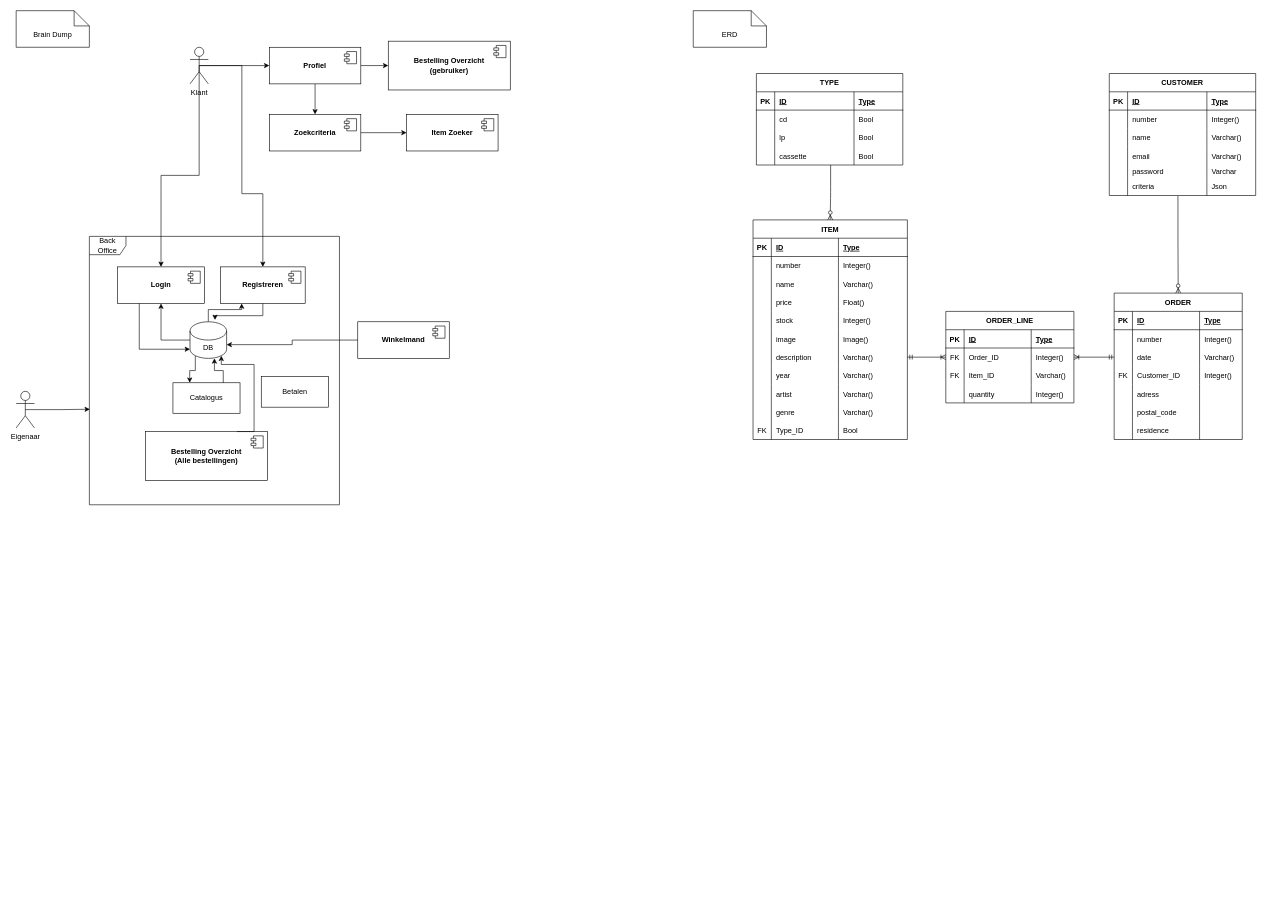
Before: documents/RTR-ERD-Entity_Relationship-JD-V1.4.drawio in Reillum/educom-webshop-runtime-records-1739178221, a draw.io diagram. Source tidied: cells renumbered, new cells numbered last; positions are measured from the earlier drawing's top-left corner, leaving out a move shared by most shapes. Both pictures are drawn from the tidied source at 61%, with x=0, y=0 at pixel (16, 10).
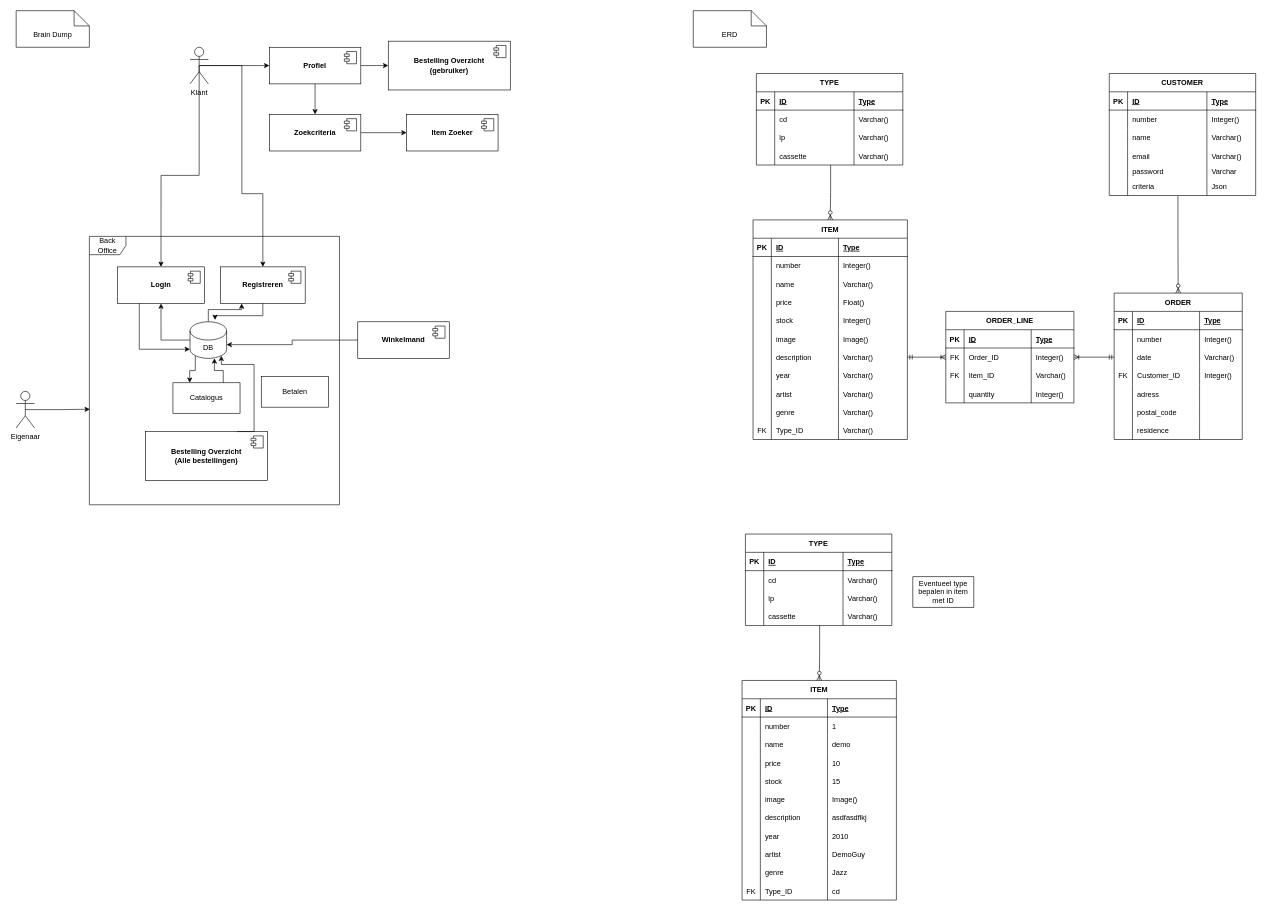
After the change.

Commit message (it also covers changes not shown here):
Work in progress. Updated ERD, Type uses varchar instead of bools. Seperated flowcharts from ASD's.

The change refers to these unchanged cells:
```xml
<mxCell id="80" style="shape=tableRow;horizontal=0;startSize=0;swimlaneHead=0;swimlaneBody=0;fillColor=none;top=0;left=0;right=0;bottom=0;" parent="39" vertex="1">
  <mxGeometry y="330" width="253" height="30" as="geometry" />
</mxCell>
<mxCell id="164" style="shape=tableRow;horizontal=0;startSize=0;swimlaneHead=0;swimlaneBody=0;fillColor=none;top=0;left=0;right=0;bottom=0;" parent="159" vertex="1">
  <mxGeometry y="60" width="240" height="30" as="geometry" />
</mxCell>
<mxCell id="168" style="shape=tableRow;horizontal=0;startSize=0;swimlaneHead=0;swimlaneBody=0;fillColor=none;top=0;left=0;right=0;bottom=0;" parent="159" vertex="1">
  <mxGeometry y="90" width="240" height="30" as="geometry" />
</mxCell>
<mxCell id="172" style="shape=tableRow;horizontal=0;startSize=0;swimlaneHead=0;swimlaneBody=0;fillColor=none;points=[[0,0.5],[1,0.5]];portConstraint=eastwest;top=0;left=0;right=0;bottom=0;" parent="159" vertex="1">
  <mxGeometry y="120" width="240" height="30" as="geometry" />
</mxCell>
```

Diff of the diagram source:
```diff
@@
-    <mxCell id="83" value="Bool" style="shape=partialRectangle;fillColor=none;top=0;left=0;bottom=0;right=0;align=left;spacingLeft=6;overflow=hidden;" parent="80" vertex="1">
+    <mxCell id="83" value="Varchar()" style="shape=partialRectangle;fillColor=none;top=0;left=0;bottom=0;right=0;align=left;spacingLeft=6;overflow=hidden;" parent="80" vertex="1">
       <mxGeometry x="140" width="113" height="30" as="geometry" />
     </mxCell>
@@
-    <mxCell id="167" value="Bool" style="shape=partialRectangle;fillColor=none;top=0;left=0;bottom=0;right=0;align=left;spacingLeft=6;overflow=hidden;" parent="164" vertex="1">
+    <mxCell id="167" value="Varchar()" style="shape=partialRectangle;fillColor=none;top=0;left=0;bottom=0;right=0;align=left;spacingLeft=6;overflow=hidden;" parent="164" vertex="1">
       <mxGeometry x="160" width="80" height="30" as="geometry" />
     </mxCell>
@@
-    <mxCell id="171" value="Bool" style="shape=partialRectangle;fillColor=none;top=0;left=0;bottom=0;right=0;align=left;spacingLeft=6;overflow=hidden;" parent="168" vertex="1">
+    <mxCell id="171" value="Varchar()" style="shape=partialRectangle;fillColor=none;top=0;left=0;bottom=0;right=0;align=left;spacingLeft=6;overflow=hidden;" parent="168" vertex="1">
       <mxGeometry x="160" width="80" height="30" as="geometry" />
     </mxCell>
@@
-    <mxCell id="175" value="Bool" style="shape=partialRectangle;fillColor=none;top=0;left=0;bottom=0;right=0;align=left;spacingLeft=6;overflow=hidden;" parent="172" vertex="1">
+    <mxCell id="175" value="Varchar()" style="shape=partialRectangle;fillColor=none;top=0;left=0;bottom=0;right=0;align=left;spacingLeft=6;overflow=hidden;" parent="172" vertex="1">
       <mxGeometry x="160" width="80" height="30" as="geometry" />
     </mxCell>
@@
+    <mxCell id="178" value="ITEM" style="shape=table;startSize=30;childLayout=tableLayout;rowLines=0;fontStyle=1;align=center;" parent="1" vertex="1">
+      <mxGeometry x="1190" y="1098" width="253" height="360" as="geometry" />
+    </mxCell>
+    <mxCell id="179" style="shape=tableRow;horizontal=0;startSize=0;swimlaneHead=0;swimlaneBody=0;fillColor=none;top=0;left=0;right=0;bottom=1;" parent="178" vertex="1">
+      <mxGeometry y="30" width="253" height="30" as="geometry" />
+    </mxCell>
+    <mxCell id="180" value="PK" style="shape=partialRectangle;fillColor=none;top=0;left=0;bottom=0;right=0;fontStyle=1;overflow=hidden;" parent="179" vertex="1">
+      <mxGeometry width="30" height="30" as="geometry" />
+    </mxCell>
+    <mxCell id="181" value="ID" style="shape=partialRectangle;fillColor=none;top=0;left=0;bottom=0;right=0;align=left;spacingLeft=6;fontStyle=5;overflow=hidden;" parent="179" vertex="1">
+      <mxGeometry x="30" width="110" height="30" as="geometry" />
+    </mxCell>
+    <mxCell id="182" value="Type" style="shape=partialRectangle;fillColor=none;top=0;left=0;bottom=0;right=0;align=left;spacingLeft=6;fontStyle=5;overflow=hidden;" parent="179" vertex="1">
+      <mxGeometry x="140" width="113" height="30" as="geometry" />
+    </mxCell>
+    <mxCell id="183" style="shape=tableRow;horizontal=0;startSize=0;swimlaneHead=0;swimlaneBody=0;fillColor=none;top=0;left=0;right=0;bottom=0;" parent="178" vertex="1">
+      <mxGeometry y="60" width="253" height="30" as="geometry" />
+    </mxCell>
+    <mxCell id="184" style="shape=partialRectangle;fillColor=none;top=0;left=0;bottom=0;right=0;overflow=hidden;" parent="183" vertex="1">
+      <mxGeometry width="30" height="30" as="geometry" />
+    </mxCell>
+    <mxCell id="185" value="number" style="shape=partialRectangle;fillColor=none;top=0;left=0;bottom=0;right=0;align=left;spacingLeft=6;overflow=hidden;" parent="183" vertex="1">
+      <mxGeometry x="30" width="110" height="30" as="geometry" />
+    </mxCell>
+    <mxCell id="186" value="1" style="shape=partialRectangle;fillColor=none;top=0;left=0;bottom=0;right=0;align=left;spacingLeft=6;overflow=hidden;" parent="183" vertex="1">
+      <mxGeometry x="140" width="113" height="30" as="geometry" />
+    </mxCell>
+    <mxCell id="187" style="shape=tableRow;horizontal=0;startSize=0;swimlaneHead=0;swimlaneBody=0;fillColor=none;top=0;left=0;right=0;bottom=0;" parent="178" vertex="1">
+      <mxGeometry y="90" width="253" height="30" as="geometry" />
+    </mxCell>
+    <mxCell id="188" style="shape=partialRectangle;fillColor=none;top=0;left=0;bottom=0;right=0;overflow=hidden;" parent="187" vertex="1">
+      <mxGeometry width="30" height="30" as="geometry" />
+    </mxCell>
+    <mxCell id="189" value="name" style="shape=partialRectangle;fillColor=none;top=0;left=0;bottom=0;right=0;align=left;spacingLeft=6;overflow=hidden;" parent="187" vertex="1">
+      <mxGeometry x="30" width="110" height="30" as="geometry" />
+    </mxCell>
+    <mxCell id="190" value="demo" style="shape=partialRectangle;fillColor=none;top=0;left=0;bottom=0;right=0;align=left;spacingLeft=6;overflow=hidden;" parent="187" vertex="1">
+      <mxGeometry x="140" width="113" height="30" as="geometry" />
+    </mxCell>
+    <mxCell id="191" style="shape=tableRow;horizontal=0;startSize=0;swimlaneHead=0;swimlaneBody=0;fillColor=none;top=0;left=0;right=0;bottom=0;" parent="178" vertex="1">
+      <mxGeometry y="120" width="253" height="30" as="geometry" />
+    </mxCell>
+    <mxCell id="192" style="shape=partialRectangle;fillColor=none;top=0;left=0;bottom=0;right=0;overflow=hidden;" parent="191" vertex="1">
+      <mxGeometry width="30" height="30" as="geometry" />
+    </mxCell>
+    <mxCell id="193" value="price" style="shape=partialRectangle;fillColor=none;top=0;left=0;bottom=0;right=0;align=left;spacingLeft=6;overflow=hidden;" parent="191" vertex="1">
+      <mxGeometry x="30" width="110" height="30" as="geometry" />
+    </mxCell>
+    <mxCell id="194" value="10" style="shape=partialRectangle;fillColor=none;top=0;left=0;bottom=0;right=0;align=left;spacingLeft=6;overflow=hidden;" parent="191" vertex="1">
+      <mxGeometry x="140" width="113" height="30" as="geometry" />
+    </mxCell>
+    <mxCell id="195" style="shape=tableRow;horizontal=0;startSize=0;swimlaneHead=0;swimlaneBody=0;fillColor=none;top=0;left=0;right=0;bottom=0;" parent="178" vertex="1">
+      <mxGeometry y="150" width="253" height="30" as="geometry" />
+    </mxCell>
+    <mxCell id="196" style="shape=partialRectangle;fillColor=none;top=0;left=0;bottom=0;right=0;overflow=hidden;" parent="195" vertex="1">
+      <mxGeometry width="30" height="30" as="geometry" />
+    </mxCell>
+    <mxCell id="197" value="stock" style="shape=partialRectangle;fillColor=none;top=0;left=0;bottom=0;right=0;align=left;spacingLeft=6;overflow=hidden;" parent="195" vertex="1">
+      <mxGeometry x="30" width="110" height="30" as="geometry" />
+    </mxCell>
+    <mxCell id="198" value="15" style="shape=partialRectangle;fillColor=none;top=0;left=0;bottom=0;right=0;align=left;spacingLeft=6;overflow=hidden;" parent="195" vertex="1">
+      <mxGeometry x="140" width="113" height="30" as="geometry" />
+    </mxCell>
+    <mxCell id="199" style="shape=tableRow;horizontal=0;startSize=0;swimlaneHead=0;swimlaneBody=0;fillColor=none;top=0;left=0;right=0;bottom=0;" parent="178" vertex="1">
+      <mxGeometry y="180" width="253" height="30" as="geometry" />
+    </mxCell>
+    <mxCell id="200" style="shape=partialRectangle;fillColor=none;top=0;left=0;bottom=0;right=0;overflow=hidden;" parent="199" vertex="1">
+      <mxGeometry width="30" height="30" as="geometry" />
+    </mxCell>
+    <mxCell id="201" value="image" style="shape=partialRectangle;fillColor=none;top=0;left=0;bottom=0;right=0;align=left;spacingLeft=6;overflow=hidden;" parent="199" vertex="1">
+      <mxGeometry x="30" width="110" height="30" as="geometry" />
+    </mxCell>
+    <mxCell id="202" value="Image()" style="shape=partialRectangle;fillColor=none;top=0;left=0;bottom=0;right=0;align=left;spacingLeft=6;overflow=hidden;" parent="199" vertex="1">
+      <mxGeometry x="140" width="113" height="30" as="geometry" />
+    </mxCell>
+    <mxCell id="203" style="shape=tableRow;horizontal=0;startSize=0;swimlaneHead=0;swimlaneBody=0;fillColor=none;top=0;left=0;right=0;bottom=0;" parent="178" vertex="1">
+      <mxGeometry y="210" width="253" height="30" as="geometry" />
+    </mxCell>
+    <mxCell id="204" style="shape=partialRectangle;fillColor=none;top=0;left=0;bottom=0;right=0;overflow=hidden;" parent="203" vertex="1">
+      <mxGeometry width="30" height="30" as="geometry" />
+    </mxCell>
+    <mxCell id="205" value="description" style="shape=partialRectangle;fillColor=none;top=0;left=0;bottom=0;right=0;align=left;spacingLeft=6;overflow=hidden;" parent="203" vertex="1">
+      <mxGeometry x="30" width="110" height="30" as="geometry" />
+    </mxCell>
+    <mxCell id="206" value="asdfasdflkj" style="shape=partialRectangle;fillColor=none;top=0;left=0;bottom=0;right=0;align=left;spacingLeft=6;overflow=hidden;" parent="203" vertex="1">
+      <mxGeometry x="140" width="113" height="30" as="geometry" />
+    </mxCell>
+    <mxCell id="207" style="shape=tableRow;horizontal=0;startSize=0;swimlaneHead=0;swimlaneBody=0;fillColor=none;top=0;left=0;right=0;bottom=0;" parent="178" vertex="1">
+      <mxGeometry y="240" width="253" height="30" as="geometry" />
+    </mxCell>
+    <mxCell id="208" style="shape=partialRectangle;fillColor=none;top=0;left=0;bottom=0;right=0;overflow=hidden;" parent="207" vertex="1">
+      <mxGeometry width="30" height="30" as="geometry" />
+    </mxCell>
+    <mxCell id="209" value="year" style="shape=partialRectangle;fillColor=none;top=0;left=0;bottom=0;right=0;align=left;spacingLeft=6;overflow=hidden;" parent="207" vertex="1">
+      <mxGeometry x="30" width="110" height="30" as="geometry" />
+    </mxCell>
+    <mxCell id="210" value="2010" style="shape=partialRectangle;fillColor=none;top=0;left=0;bottom=0;right=0;align=left;spacingLeft=6;overflow=hidden;" parent="207" vertex="1">
+      <mxGeometry x="140" width="113" height="30" as="geometry" />
+    </mxCell>
+    <mxCell id="211" style="shape=tableRow;horizontal=0;startSize=0;swimlaneHead=0;swimlaneBody=0;fillColor=none;top=0;left=0;right=0;bottom=0;" parent="178" vertex="1">
+      <mxGeometry y="270" width="253" height="30" as="geometry" />
+    </mxCell>
+    <mxCell id="212" style="shape=partialRectangle;fillColor=none;top=0;left=0;bottom=0;right=0;overflow=hidden;" parent="211" vertex="1">
+      <mxGeometry width="30" height="30" as="geometry" />
+    </mxCell>
+    <mxCell id="213" value="artist" style="shape=partialRectangle;fillColor=none;top=0;left=0;bottom=0;right=0;align=left;spacingLeft=6;overflow=hidden;" parent="211" vertex="1">
+      <mxGeometry x="30" width="110" height="30" as="geometry" />
+    </mxCell>
+    <mxCell id="214" value="DemoGuy" style="shape=partialRectangle;fillColor=none;top=0;left=0;bottom=0;right=0;align=left;spacingLeft=6;overflow=hidden;" parent="211" vertex="1">
+      <mxGeometry x="140" width="113" height="30" as="geometry" />
+    </mxCell>
+    <mxCell id="215" style="shape=tableRow;horizontal=0;startSize=0;swimlaneHead=0;swimlaneBody=0;fillColor=none;top=0;left=0;right=0;bottom=0;" parent="178" vertex="1">
+      <mxGeometry y="300" width="253" height="30" as="geometry" />
+    </mxCell>
+    <mxCell id="216" style="shape=partialRectangle;fillColor=none;top=0;left=0;bottom=0;right=0;overflow=hidden;" parent="215" vertex="1">
+      <mxGeometry width="30" height="30" as="geometry" />
+    </mxCell>
+    <mxCell id="217" value="genre" style="shape=partialRectangle;fillColor=none;top=0;left=0;bottom=0;right=0;align=left;spacingLeft=6;overflow=hidden;" parent="215" vertex="1">
+      <mxGeometry x="30" width="110" height="30" as="geometry" />
+    </mxCell>
+    <mxCell id="218" value="Jazz" style="shape=partialRectangle;fillColor=none;top=0;left=0;bottom=0;right=0;align=left;spacingLeft=6;overflow=hidden;" parent="215" vertex="1">
+      <mxGeometry x="140" width="113" height="30" as="geometry" />
+    </mxCell>
+    <mxCell id="219" style="shape=tableRow;horizontal=0;startSize=0;swimlaneHead=0;swimlaneBody=0;fillColor=none;top=0;left=0;right=0;bottom=0;" parent="178" vertex="1">
+      <mxGeometry y="330" width="253" height="30" as="geometry" />
+    </mxCell>
+    <mxCell id="220" value="FK" style="shape=partialRectangle;fillColor=none;top=0;left=0;bottom=0;right=0;overflow=hidden;" parent="219" vertex="1">
+      <mxGeometry width="30" height="30" as="geometry" />
+    </mxCell>
+    <mxCell id="221" value="Type_ID" style="shape=partialRectangle;fillColor=none;top=0;left=0;bottom=0;right=0;align=left;spacingLeft=6;overflow=hidden;" parent="219" vertex="1">
+      <mxGeometry x="30" width="110" height="30" as="geometry" />
+    </mxCell>
+    <mxCell id="222" value="cd" style="shape=partialRectangle;fillColor=none;top=0;left=0;bottom=0;right=0;align=left;spacingLeft=6;overflow=hidden;" parent="219" vertex="1">
+      <mxGeometry x="140" width="113" height="30" as="geometry" />
+    </mxCell>
+    <mxCell id="223" value="TYPE" style="shape=table;startSize=30;childLayout=tableLayout;rowLines=0;fontStyle=1;align=center;" parent="1" vertex="1">
+      <mxGeometry x="1195.5" y="858" width="240" height="150" as="geometry" />
+    </mxCell>
+    <mxCell id="224" style="shape=tableRow;horizontal=0;startSize=0;swimlaneHead=0;swimlaneBody=0;fillColor=none;top=0;left=0;right=0;bottom=1;" parent="223" vertex="1">
+      <mxGeometry y="30" width="240" height="30" as="geometry" />
+    </mxCell>
+    <mxCell id="225" value="PK" style="shape=partialRectangle;fillColor=none;top=0;left=0;bottom=0;right=0;fontStyle=1;overflow=hidden;" parent="224" vertex="1">
+      <mxGeometry width="30" height="30" as="geometry" />
+    </mxCell>
+    <mxCell id="226" value="ID" style="shape=partialRectangle;fillColor=none;top=0;left=0;bottom=0;right=0;align=left;spacingLeft=6;fontStyle=5;overflow=hidden;" parent="224" vertex="1">
+      <mxGeometry x="30" width="130" height="30" as="geometry" />
+    </mxCell>
+    <mxCell id="227" value="Type" style="shape=partialRectangle;fillColor=none;top=0;left=0;bottom=0;right=0;align=left;spacingLeft=6;fontStyle=5;overflow=hidden;" parent="224" vertex="1">
+      <mxGeometry x="160" width="80" height="30" as="geometry" />
+    </mxCell>
+    <mxCell id="228" style="shape=tableRow;horizontal=0;startSize=0;swimlaneHead=0;swimlaneBody=0;fillColor=none;top=0;left=0;right=0;bottom=0;" parent="223" vertex="1">
+      <mxGeometry y="60" width="240" height="30" as="geometry" />
+    </mxCell>
+    <mxCell id="229" style="shape=partialRectangle;fillColor=none;top=0;left=0;bottom=0;right=0;overflow=hidden;" parent="228" vertex="1">
+      <mxGeometry width="30" height="30" as="geometry" />
+    </mxCell>
+    <mxCell id="230" value="cd" style="shape=partialRectangle;fillColor=none;top=0;left=0;bottom=0;right=0;align=left;spacingLeft=6;overflow=hidden;" parent="228" vertex="1">
+      <mxGeometry x="30" width="130" height="30" as="geometry" />
+    </mxCell>
+    <mxCell id="231" value="Varchar()" style="shape=partialRectangle;fillColor=none;top=0;left=0;bottom=0;right=0;align=left;spacingLeft=6;overflow=hidden;" parent="228" vertex="1">
+      <mxGeometry x="160" width="80" height="30" as="geometry" />
+    </mxCell>
+    <mxCell id="232" style="shape=tableRow;horizontal=0;startSize=0;swimlaneHead=0;swimlaneBody=0;fillColor=none;top=0;left=0;right=0;bottom=0;" parent="223" vertex="1">
+      <mxGeometry y="90" width="240" height="30" as="geometry" />
+    </mxCell>
+    <mxCell id="233" style="shape=partialRectangle;fillColor=none;top=0;left=0;bottom=0;right=0;overflow=hidden;" parent="232" vertex="1">
+      <mxGeometry width="30" height="30" as="geometry" />
+    </mxCell>
+    <mxCell id="234" value="lp" style="shape=partialRectangle;fillColor=none;top=0;left=0;bottom=0;right=0;align=left;spacingLeft=6;overflow=hidden;" parent="232" vertex="1">
+      <mxGeometry x="30" width="130" height="30" as="geometry" />
+    </mxCell>
+    <mxCell id="235" value="Varchar()" style="shape=partialRectangle;fillColor=none;top=0;left=0;bottom=0;right=0;align=left;spacingLeft=6;overflow=hidden;" parent="232" vertex="1">
+      <mxGeometry x="160" width="80" height="30" as="geometry" />
+    </mxCell>
+    <mxCell id="236" style="shape=tableRow;horizontal=0;startSize=0;swimlaneHead=0;swimlaneBody=0;fillColor=none;points=[[0,0.5],[1,0.5]];portConstraint=eastwest;top=0;left=0;right=0;bottom=0;" parent="223" vertex="1">
+      <mxGeometry y="120" width="240" height="30" as="geometry" />
+    </mxCell>
+    <mxCell id="237" style="shape=partialRectangle;fillColor=none;top=0;left=0;bottom=0;right=0;overflow=hidden;" parent="236" vertex="1">
+      <mxGeometry width="30" height="30" as="geometry" />
+    </mxCell>
+    <mxCell id="238" value="cassette" style="shape=partialRectangle;fillColor=none;top=0;left=0;bottom=0;right=0;align=left;spacingLeft=6;overflow=hidden;" parent="236" vertex="1">
+      <mxGeometry x="30" width="130" height="30" as="geometry" />
+    </mxCell>
+    <mxCell id="239" value="Varchar()" style="shape=partialRectangle;fillColor=none;top=0;left=0;bottom=0;right=0;align=left;spacingLeft=6;overflow=hidden;" parent="236" vertex="1">
+      <mxGeometry x="160" width="80" height="30" as="geometry" />
+    </mxCell>
+    <mxCell id="240" style="edgeStyle=orthogonalEdgeStyle;fontSize=12;html=1;endArrow=ERzeroToMany;endFill=1;rounded=1;entryX=0.5;entryY=0;entryDx=0;entryDy=0;exitX=0.507;exitY=0.998;exitDx=0;exitDy=0;exitPerimeter=0;" parent="1" edge="1" source="236" target="178">
+      <mxGeometry relative="1" as="geometry" />
+    </mxCell>
+    <mxCell id="241" value="Eventueel type bepalen in item met ID" style="whiteSpace=wrap;html=1;align=center;" parent="1" vertex="1">
+      <mxGeometry x="1470" y="928" width="100" height="50" as="geometry" />
+    </mxCell>
```
